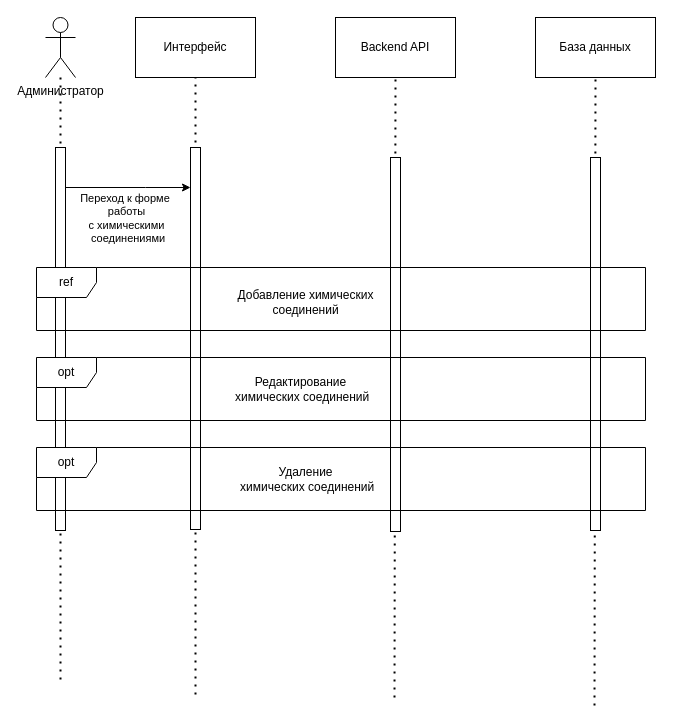
eva01pilot/plant-tissue-diagrams keeps this draw.io diagram as sequence_manage-components.drawio. Above is the earlier version. Source tidied: cells renumbered, new cells numbered last; positions are measured from the earlier drawing's top-left corner, leaving out a move shared by most shapes. Both pictures are drawn from the tidied source at 100%, with x=0, y=0 at pixel (36, 17).
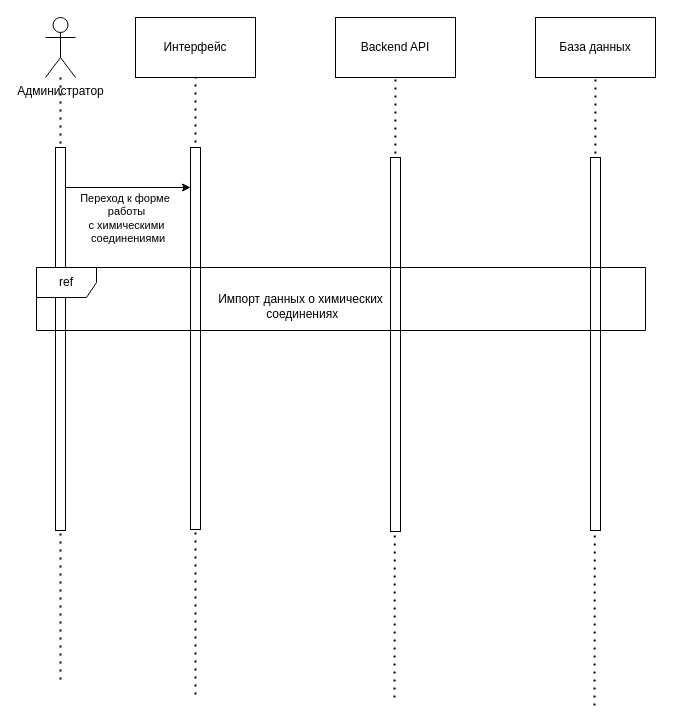
The same page after the edit.

What changed in the source:
```diff
@@
-    <mxCell id="17" value="&lt;div&gt;Добавление химических&lt;/div&gt;&lt;div&gt;соединений&lt;br&gt;&lt;/div&gt;" style="text;html=1;align=center;verticalAlign=middle;strokeColor=none;fillColor=none;" parent="1" vertex="1">
-      <mxGeometry x="189" y="265" width="160" height="40" as="geometry" />
+    <mxCell id="17" value="&lt;div&gt;Импорт данных о химических&lt;/div&gt;&lt;div&gt;&amp;nbsp;соединениях&lt;/div&gt;" style="text;html=1;align=center;verticalAlign=middle;strokeColor=none;fillColor=none;" parent="1" vertex="1">
+      <mxGeometry x="171" y="268" width="185" height="41" as="geometry" />
     </mxCell>
-    <mxCell id="18" value="opt" style="shape=umlFrame;whiteSpace=wrap;html=1;labelBackgroundColor=default;" parent="1" vertex="1">
-      <mxGeometry y="340" width="609" height="63" as="geometry" />
-    </mxCell>
-    <mxCell id="19" value="&lt;div&gt;Редактирование&lt;/div&gt;&lt;div&gt;&amp;nbsp;химических соединений&lt;/div&gt;" style="text;html=1;align=center;verticalAlign=middle;strokeColor=none;fillColor=none;" parent="1" vertex="1">
-      <mxGeometry x="184" y="351.5" width="160" height="40" as="geometry" />
-    </mxCell>
-    <mxCell id="20" value="opt" style="shape=umlFrame;whiteSpace=wrap;html=1;labelBackgroundColor=default;" parent="1" vertex="1">
-      <mxGeometry y="430" width="609" height="63" as="geometry" />
-    </mxCell>
-    <mxCell id="21" value="&lt;div&gt;Удаление&lt;br&gt;&lt;/div&gt;&lt;div&gt;&amp;nbsp;химических соединений&lt;/div&gt;" style="text;html=1;align=center;verticalAlign=middle;strokeColor=none;fillColor=none;" parent="1" vertex="1">
-      <mxGeometry x="189" y="441.5" width="160" height="40" as="geometry" />
-    </mxCell>
```
